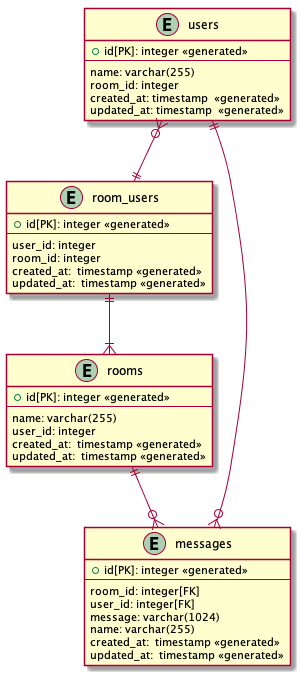
This is doc/db/db.png from serviver-agent/rails-chat, a PlantUML export, as it was before one commit.
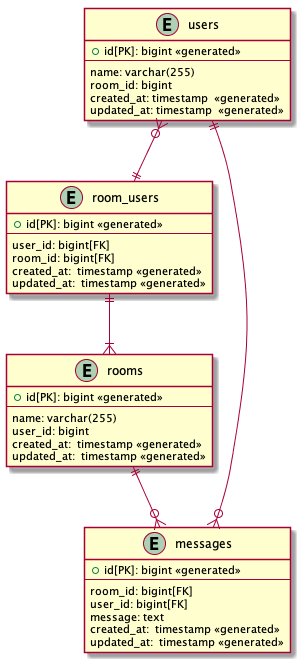
Later version of the same file.

Commit message:
update db column type

Diff of the diagram source:
```diff
@@ -1,38 +1,37 @@
 @startuml
 entity users {
-    + id[PK]: integer <<generated>>
+    + id[PK]: bigint <<generated>>
     --
     name: varchar(255)
-    room_id: integer
+    room_id: bigint
     created_at: timestamp  <<generated>>
     updated_at: timestamp  <<generated>>
 }
 
 entity room_users {
-    + id[PK]: integer <<generated>>
+    + id[PK]: bigint <<generated>>
     --
-    user_id: integer
-    room_id: integer
+    user_id: bigint[FK]
+    room_id: bigint[FK]
     created_at:  timestamp <<generated>>
     updated_at:  timestamp <<generated>>
 }
 
 entity rooms {
-    + id[PK]: integer <<generated>>
+    + id[PK]: bigint <<generated>>
     --
     name: varchar(255)
-    user_id: integer
+    user_id: bigint
     created_at:  timestamp <<generated>>
     updated_at:  timestamp <<generated>>
 }
 
 entity messages {
-    + id[PK]: integer <<generated>>
+    + id[PK]: bigint <<generated>>
     --
-    room_id: integer[FK]
-    user_id: integer[FK]
-    message: varchar(1024)
-        name: varchar(255)
+    room_id: bigint[FK]
+    user_id: bigint[FK]
+    message: text
     created_at:  timestamp <<generated>>
     updated_at:  timestamp <<generated>>
 }
```
